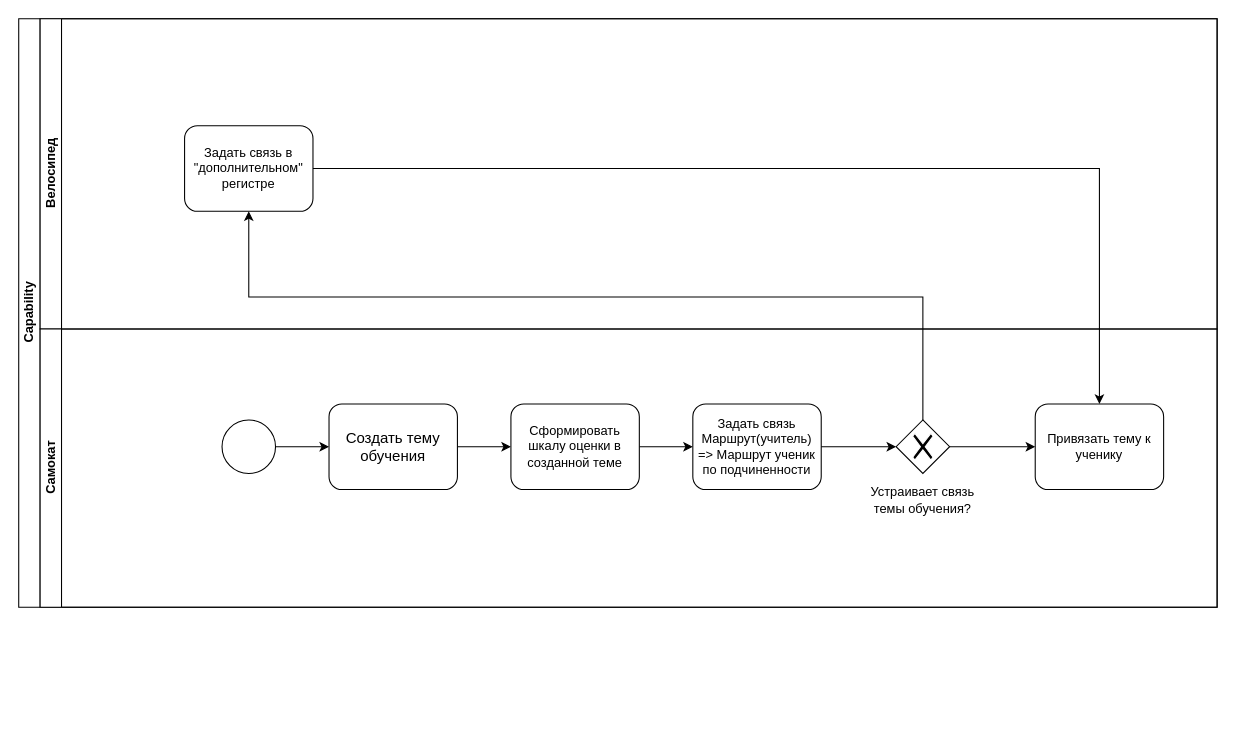
The draw.io diagram Диаграмма без названия.drawio in VillyVonka537/iograf, before the edit. Source tidied: cells renumbered, new cells numbered last; positions are measured from the earlier drawing's top-left corner, leaving out a move shared by most shapes. Both pictures are drawn from the tidied source at 107%, with x=0, y=0 at pixel (18, 18).
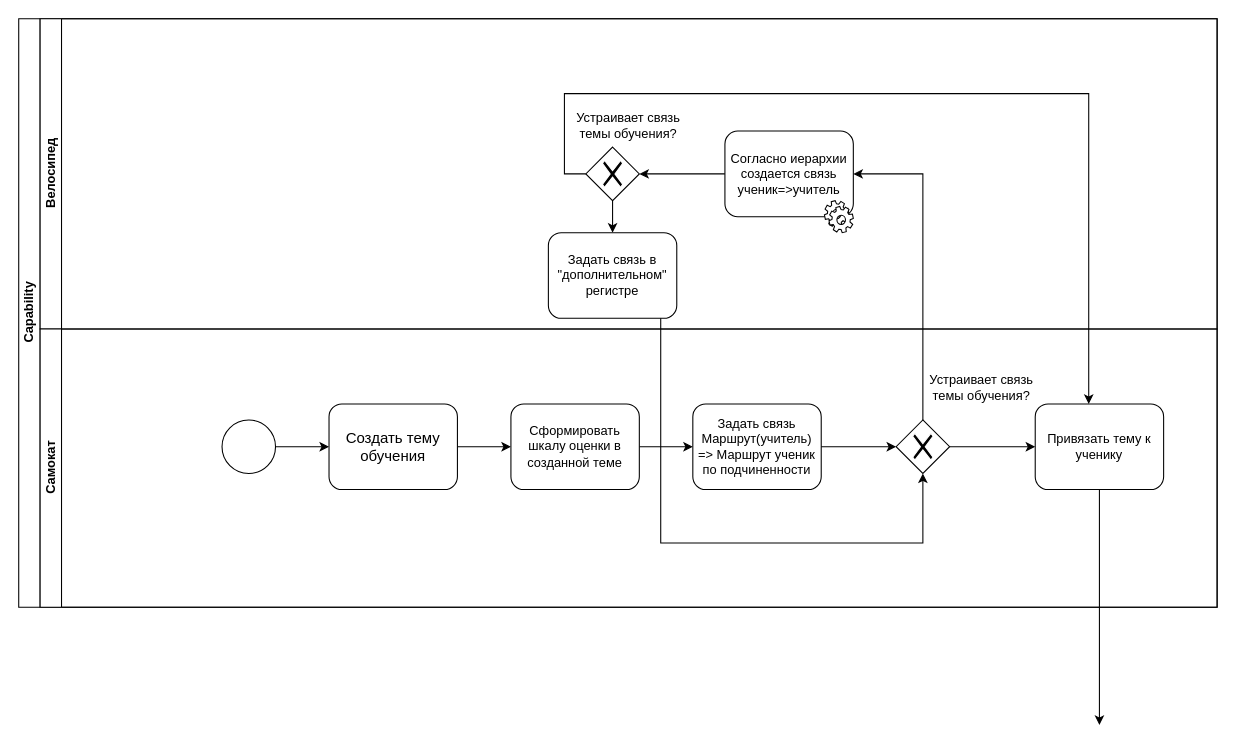
The same page after the edit.

The change refers to these unchanged cells:
```xml
<mxCell id="2" value="Capability&lt;br&gt;" style="swimlane;html=1;horizontal=0;startSize=20;" parent="1" vertex="1">
  <mxGeometry width="1120" height="550" as="geometry" />
</mxCell>
<mxCell id="3" value="Велосипед" style="swimlane;html=1;startSize=20;horizontal=0;" parent="2" vertex="1">
  <mxGeometry x="20" width="1100" height="290" as="geometry" />
</mxCell>
<mxCell id="5" value="Самокат" style="swimlane;html=1;startSize=20;horizontal=0;" parent="2" vertex="1">
  <mxGeometry x="20" y="290" width="1100" height="260" as="geometry" />
</mxCell>
<mxCell id="14" style="shape=mxgraph.bpmn.shape;html=1;verticalLabelPosition=bottom;labelBackgroundColor=#ffffff;verticalAlign=top;align=center;perimeter=rhombusPerimeter;background=gateway;outlineConnect=0;outline=none;symbol=exclusiveGw;" parent="5" vertex="1">
  <mxGeometry x="800" y="85" width="50" height="50" as="geometry" />
</mxCell>
<mxCell id="15" value="Привязать тему к ученику" style="shape=ext;rounded=1;html=1;whiteSpace=wrap;" parent="5" vertex="1">
  <mxGeometry x="930" y="70" width="120" height="80" as="geometry" />
</mxCell>
```

What changed in the source:
```diff
@@
+    <mxCell id="20" style="edgeStyle=orthogonalEdgeStyle;rounded=0;jettySize=auto;html=1;entryX=0.5;entryY=0;entryDx=0;entryDy=0;" parent="3" edge="1" source="22" target="4">
+      <mxGeometry relative="1" as="geometry" />
+    </mxCell>
+    <mxCell id="21" value="Устраивает связь темы обучения?" style="text;html=1;strokeColor=none;fillColor=none;align=center;verticalAlign=middle;whiteSpace=wrap;rounded=0;" parent="3" vertex="1">
+      <mxGeometry x="500" y="70" width="100" height="60" as="geometry" />
+    </mxCell>
+    <mxCell id="22" style="shape=mxgraph.bpmn.shape;html=1;verticalLabelPosition=bottom;labelBackgroundColor=#ffffff;verticalAlign=top;align=center;perimeter=rhombusPerimeter;background=gateway;outlineConnect=0;outline=none;symbol=exclusiveGw;" parent="3" vertex="1">
+      <mxGeometry x="510" y="120" width="50" height="50" as="geometry" />
+    </mxCell>
+    <mxCell id="23" style="edgeStyle=orthogonalEdgeStyle;rounded=0;jettySize=auto;html=1;entryX=1;entryY=0.5;entryDx=0;entryDy=0;" parent="3" edge="1" source="24" target="22">
+      <mxGeometry relative="1" as="geometry" />
+    </mxCell>
+    <mxCell id="24" value="Согласно иерархии создается связь ученик=&amp;gt;учитель" style="shape=ext;rounded=1;html=1;whiteSpace=wrap;" parent="3" vertex="1">
+      <mxGeometry x="640" y="105" width="120" height="80" as="geometry" />
+    </mxCell>
+    <mxCell id="25" style="shape=mxgraph.bpmn.service_task;html=1;" parent="3" vertex="1">
+      <mxGeometry x="733" y="170" width="27" height="30" as="geometry" />
+    </mxCell>
     <mxCell id="4" value="Задать связь в &quot;дополнительном&quot; регистре" style="shape=ext;rounded=1;html=1;whiteSpace=wrap;" parent="3" vertex="1">
-      <mxGeometry x="135" y="100" width="120" height="80" as="geometry" />
+      <mxGeometry x="475" y="200" width="120" height="80" as="geometry" />
     </mxCell>
+    <mxCell id="26" style="edgeStyle=orthogonalEdgeStyle;rounded=0;jettySize=auto;html=1;exitX=0.5;exitY=0;exitDx=0;exitDy=0;entryX=1;entryY=0.5;entryDx=0;entryDy=0;" parent="2" edge="1" source="14" target="24">
+      <mxGeometry relative="1" as="geometry" />
+    </mxCell>
+    <mxCell id="27" style="edgeStyle=orthogonalEdgeStyle;rounded=0;jettySize=auto;html=1;exitX=0;exitY=0.5;exitDx=0;exitDy=0;" parent="2" edge="1" source="22">
+      <mxGeometry relative="1" as="geometry">
+        <mxPoint x="1000" y="360" as="targetPoint" />
+        <Array as="points">
+          <mxPoint x="510" y="145" />
+          <mxPoint x="510" y="70" />
+          <mxPoint x="1000" y="70" />
+        </Array>
+      </mxGeometry>
+    </mxCell>
@@
+    <mxCell id="13" value="Устраивает связь темы обучения?" style="text;html=1;strokeColor=none;fillColor=none;align=center;verticalAlign=middle;whiteSpace=wrap;rounded=0;" parent="5" vertex="1">
+      <mxGeometry x="830" y="25" width="100" height="60" as="geometry" />
+    </mxCell>
@@
-    <mxCell id="13" value="Устраивает связь темы обучения?" style="text;html=1;strokeColor=none;fillColor=none;align=center;verticalAlign=middle;whiteSpace=wrap;rounded=0;" parent="5" vertex="1">
-      <mxGeometry x="775" y="130" width="100" height="60" as="geometry" />
-    </mxCell>
@@
-    <mxCell id="16" style="edgeStyle=orthogonalEdgeStyle;rounded=0;jettySize=auto;html=1;entryX=0.5;entryY=1;entryDx=0;entryDy=0;" parent="2" edge="1" source="14" target="4">
-      <mxGeometry relative="1" as="geometry">
-        <Array as="points">
-          <mxPoint x="845" y="260" />
-          <mxPoint x="215" y="260" />
-        </Array>
-      </mxGeometry>
-    </mxCell>
-    <mxCell id="17" style="edgeStyle=orthogonalEdgeStyle;rounded=0;jettySize=auto;html=1;" parent="2" edge="1" source="4" target="15">
-      <mxGeometry relative="1" as="geometry" />
-    </mxCell>
+    <mxCell id="28" style="edgeStyle=orthogonalEdgeStyle;rounded=0;jettySize=auto;html=1;entryX=0.5;entryY=1;entryDx=0;entryDy=0;" parent="2" edge="1" source="4" target="14">
+      <mxGeometry relative="1" as="geometry">
+        <Array as="points">
+          <mxPoint x="600" y="490" />
+          <mxPoint x="845" y="490" />
+        </Array>
+      </mxGeometry>
+    </mxCell>
@@
+    <mxCell id="29" style="edgeStyle=orthogonalEdgeStyle;rounded=0;jettySize=auto;html=1;" parent="1" edge="1" source="15">
+      <mxGeometry relative="1" as="geometry">
+        <mxPoint x="1010" y="660" as="targetPoint" />
+      </mxGeometry>
+    </mxCell>
```
